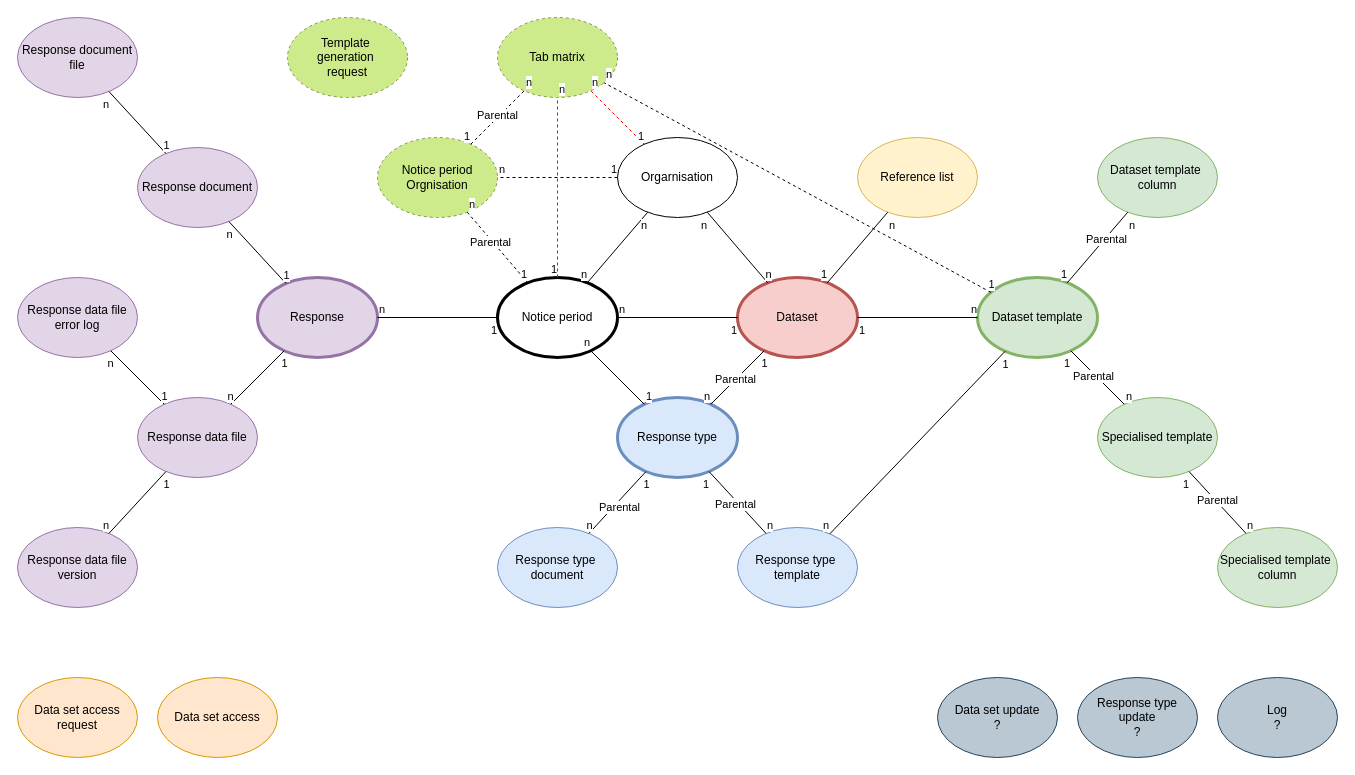
This is page "Table diagram" (5 of 8) of Data portal.drawio from danieldotskc/helloworld, a draw.io file, before an edit. Source tidied: cells renumbered, new cells numbered last; positions are measured from the earlier drawing's top-left corner, leaving out a move shared by most shapes. Both pictures are drawn from the tidied source at 100%, with x=0, y=0 at pixel (17, 17).
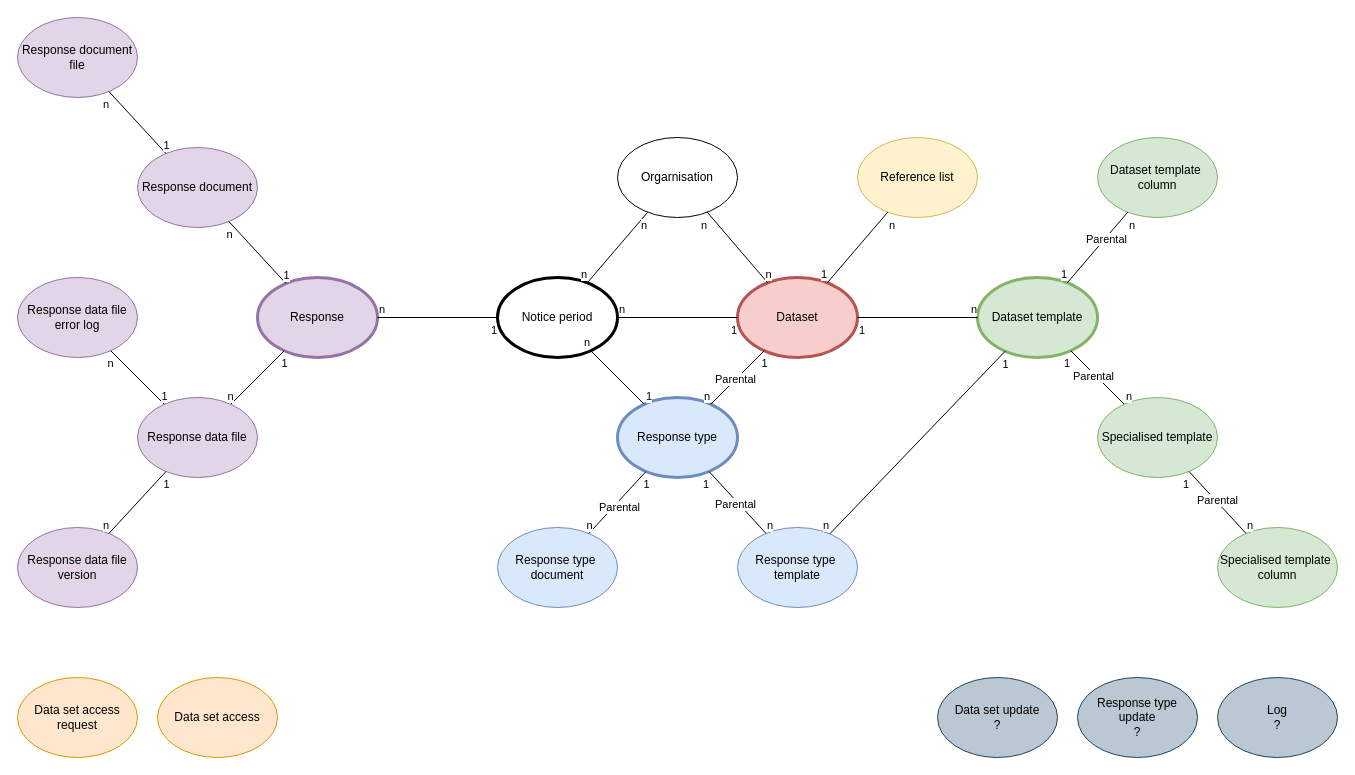
The same diagram, later.

The change refers to these unchanged cells:
```xml
<mxCell id="3" value="Notice period" style="ellipse;whiteSpace=wrap;html=1;strokeWidth=3;" parent="1" vertex="1">
  <mxGeometry x="480" y="260" width="120" height="80" as="geometry" />
</mxCell>
<mxCell id="5" value="Dataset template" style="ellipse;whiteSpace=wrap;html=1;fillColor=#d5e8d4;strokeColor=#82b366;strokeWidth=3;" parent="1" vertex="1">
  <mxGeometry x="960" y="260" width="120" height="80" as="geometry" />
</mxCell>
<mxCell id="9" value="Orgarnisation" style="ellipse;whiteSpace=wrap;html=1;" parent="1" vertex="1">
  <mxGeometry x="600" y="120" width="120" height="80" as="geometry" />
</mxCell>
```

Diff of the diagram source:
```diff
@@
-    <mxCell id="87" value="Tab matrix" style="ellipse;whiteSpace=wrap;html=1;strokeWidth=1;fillColor=#cdeb8b;strokeColor=#819556;dashed=1;" parent="1" vertex="1">
-      <mxGeometry x="480" width="120" height="80" as="geometry" />
-    </mxCell>
-    <mxCell id="88" style="endArrow=none;html=1;rounded=0;endFill=0;dashed=1;strokeColor=#FF0000;" parent="1" edge="1" source="3" target="87">
-      <mxGeometry relative="1" as="geometry" />
-    </mxCell>
-    <mxCell id="89" value="1" style="edgeLabel;html=1;align=right;verticalAlign=bottom;labelPosition=left;verticalLabelPosition=top;" parent="88" vertex="1">
-      <mxGeometry x="-1" relative="1" as="geometry" />
-    </mxCell>
-    <mxCell id="90" value="n" style="edgeLabel;html=1;align=left;verticalAlign=bottom;labelPosition=right;verticalLabelPosition=top;" parent="88" vertex="1">
-      <mxGeometry x="1" relative="1" as="geometry" />
-    </mxCell>
-    <mxCell id="91" style="endArrow=none;html=1;rounded=0;endFill=0;dashed=1;strokeColor=#FF0000;" parent="1" edge="1" source="9" target="87">
-      <mxGeometry relative="1" as="geometry" />
-    </mxCell>
-    <mxCell id="92" value="1" style="edgeLabel;html=1;align=right;verticalAlign=bottom;labelPosition=left;verticalLabelPosition=top;" parent="91" vertex="1">
-      <mxGeometry x="-1" relative="1" as="geometry" />
-    </mxCell>
-    <mxCell id="93" value="n" style="edgeLabel;html=1;align=left;verticalAlign=bottom;labelPosition=right;verticalLabelPosition=top;" parent="91" vertex="1">
-      <mxGeometry x="1" relative="1" as="geometry" />
-    </mxCell>
-    <mxCell id="94" style="endArrow=none;html=1;rounded=0;endFill=0;dashed=1;" parent="1" edge="1" source="5" target="87">
-      <mxGeometry relative="1" as="geometry" />
-    </mxCell>
-    <mxCell id="95" value="1" style="edgeLabel;html=1;align=center;verticalAlign=bottom;labelPosition=center;verticalLabelPosition=top;" parent="94" vertex="1">
-      <mxGeometry x="-1" relative="1" as="geometry" />
-    </mxCell>
-    <mxCell id="96" value="n" style="edgeLabel;html=1;align=left;verticalAlign=bottom;labelPosition=right;verticalLabelPosition=top;" parent="94" vertex="1">
-      <mxGeometry x="1" relative="1" as="geometry" />
-    </mxCell>
-    <mxCell id="97" value="Template&amp;nbsp;&lt;div&gt;generation&amp;nbsp;&lt;/div&gt;&lt;div&gt;request&lt;/div&gt;" style="ellipse;whiteSpace=wrap;html=1;strokeWidth=1;fillColor=#cdeb8b;strokeColor=#819556;dashed=1;" parent="1" vertex="1">
-      <mxGeometry x="270" width="120" height="80" as="geometry" />
-    </mxCell>
-    <mxCell id="98" value="Notice period Orgnisation" style="ellipse;whiteSpace=wrap;html=1;strokeWidth=1;fillColor=#cdeb8b;strokeColor=#819556;dashed=1;" parent="1" vertex="1">
-      <mxGeometry x="360" y="120" width="120" height="80" as="geometry" />
-    </mxCell>
-    <mxCell id="99" style="endArrow=none;html=1;rounded=0;endFill=0;dashed=1;" parent="1" edge="1" source="3" target="98">
-      <mxGeometry relative="1" as="geometry" />
-    </mxCell>
-    <mxCell id="100" value="1" style="edgeLabel;html=1;align=right;verticalAlign=bottom;labelPosition=left;verticalLabelPosition=top;" parent="99" vertex="1">
-      <mxGeometry x="-1" relative="1" as="geometry" />
-    </mxCell>
-    <mxCell id="101" value="n" style="edgeLabel;html=1;align=left;verticalAlign=bottom;labelPosition=right;verticalLabelPosition=top;" parent="99" vertex="1">
-      <mxGeometry x="1" relative="1" as="geometry" />
-    </mxCell>
-    <mxCell id="102" value="Parental" style="edgeLabel;html=1;align=center;verticalAlign=middle;" parent="99" vertex="1">
-      <mxGeometry x="0.21" y="2" relative="1" as="geometry" />
-    </mxCell>
-    <mxCell id="103" style="endArrow=none;html=1;rounded=0;endFill=0;dashed=1;" parent="1" edge="1" source="9" target="98">
-      <mxGeometry relative="1" as="geometry" />
-    </mxCell>
-    <mxCell id="104" value="1" style="edgeLabel;html=1;align=right;verticalAlign=bottom;labelPosition=left;verticalLabelPosition=top;" parent="103" vertex="1">
-      <mxGeometry x="-1" relative="1" as="geometry" />
-    </mxCell>
-    <mxCell id="105" value="n" style="edgeLabel;html=1;align=left;verticalAlign=bottom;labelPosition=right;verticalLabelPosition=top;" parent="103" vertex="1">
-      <mxGeometry x="1" relative="1" as="geometry" />
-    </mxCell>
-    <mxCell id="106" style="endArrow=none;html=1;rounded=0;endFill=0;dashed=1;" parent="1" edge="1" source="98" target="87">
-      <mxGeometry relative="1" as="geometry" />
-    </mxCell>
-    <mxCell id="107" value="1" style="edgeLabel;html=1;align=right;verticalAlign=bottom;labelPosition=left;verticalLabelPosition=top;" parent="106" vertex="1">
-      <mxGeometry x="-1" relative="1" as="geometry" />
-    </mxCell>
-    <mxCell id="108" value="n" style="edgeLabel;html=1;align=left;verticalAlign=bottom;labelPosition=right;verticalLabelPosition=top;" parent="106" vertex="1">
-      <mxGeometry x="1" relative="1" as="geometry" />
-    </mxCell>
-    <mxCell id="109" value="Parental" style="edgeLabel;html=1;align=center;verticalAlign=middle;" parent="106" vertex="1">
-      <mxGeometry x="0.07" y="1" relative="1" as="geometry">
-        <mxPoint x="-1" as="offset" />
-      </mxGeometry>
-    </mxCell>
```
